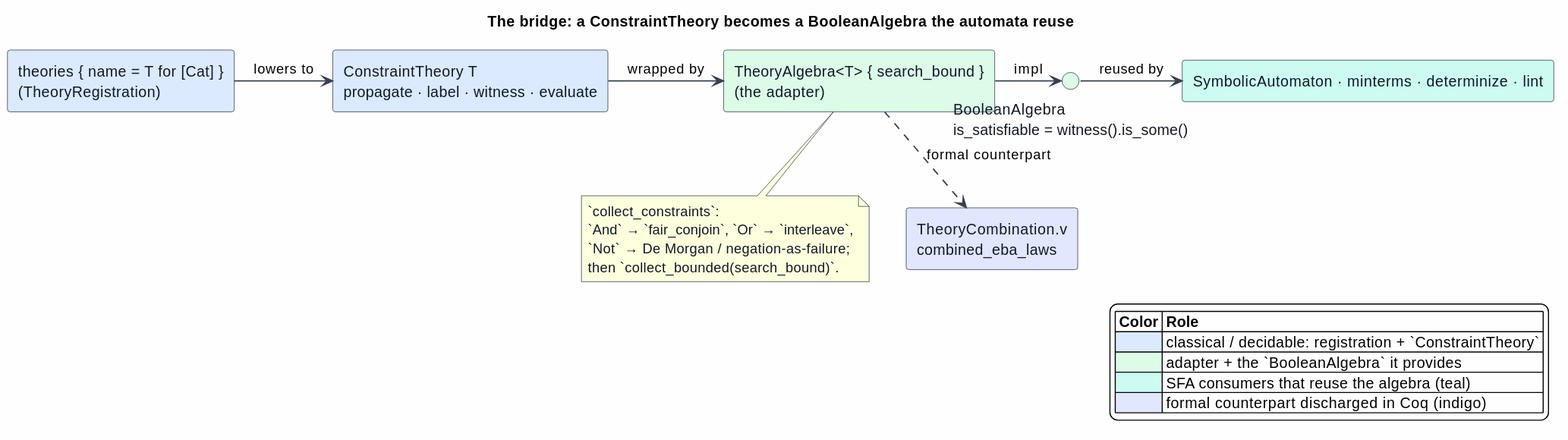
Earlier version of the PlantUML export docs/architecture/semantic-predicates/figures/13-theory-algebra-bridge.svg (F1R3FLY-io/mettail-rust).
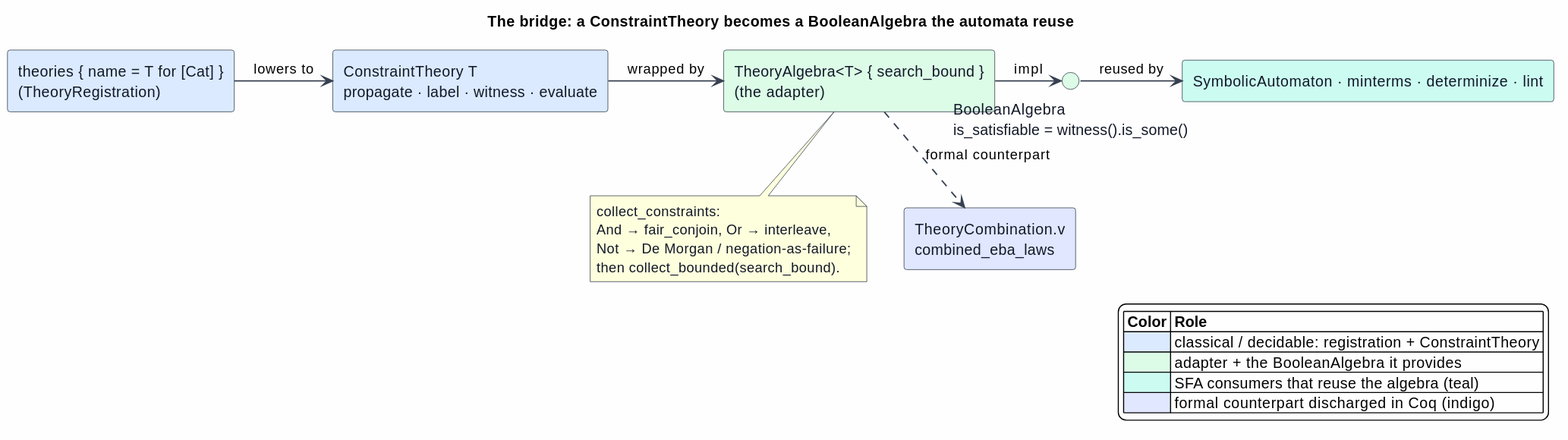
Later version of the same file.

Change to the diagram source:
```diff
@@ -31,10 +31,10 @@
 BA      -right-> Consumers : reused by
 
 note bottom of Adapter
-  `collect_constraints`:
-  `And` → `fair_conjoin`,  `Or` → `interleave`,
-  `Not` → De Morgan / negation-as-failure;
-  then `collect_bounded(search_bound)`.
+  collect_constraints:
+  And → fair_conjoin,  Or → interleave,
+  Not → De Morgan / negation-as-failure;
+  then collect_bounded(search_bound).
 end note
 
 component "TheoryCombination.v\ncombined_eba_laws" as Formal #E0E7FF
@@ -42,8 +42,8 @@
 
 legend right
 |= Color |= Role |
-|<#DBEAFE> | classical / decidable: registration + `ConstraintTheory` |
-|<#DCFCE7> | adapter + the `BooleanAlgebra` it provides |
+|<#DBEAFE> | classical / decidable: registration + ConstraintTheory |
+|<#DCFCE7> | adapter + the BooleanAlgebra it provides |
 |<#CCFBF1> | SFA consumers that reuse the algebra (teal) |
 |<#E0E7FF> | formal counterpart discharged in Coq (indigo) |
 endlegend
```
